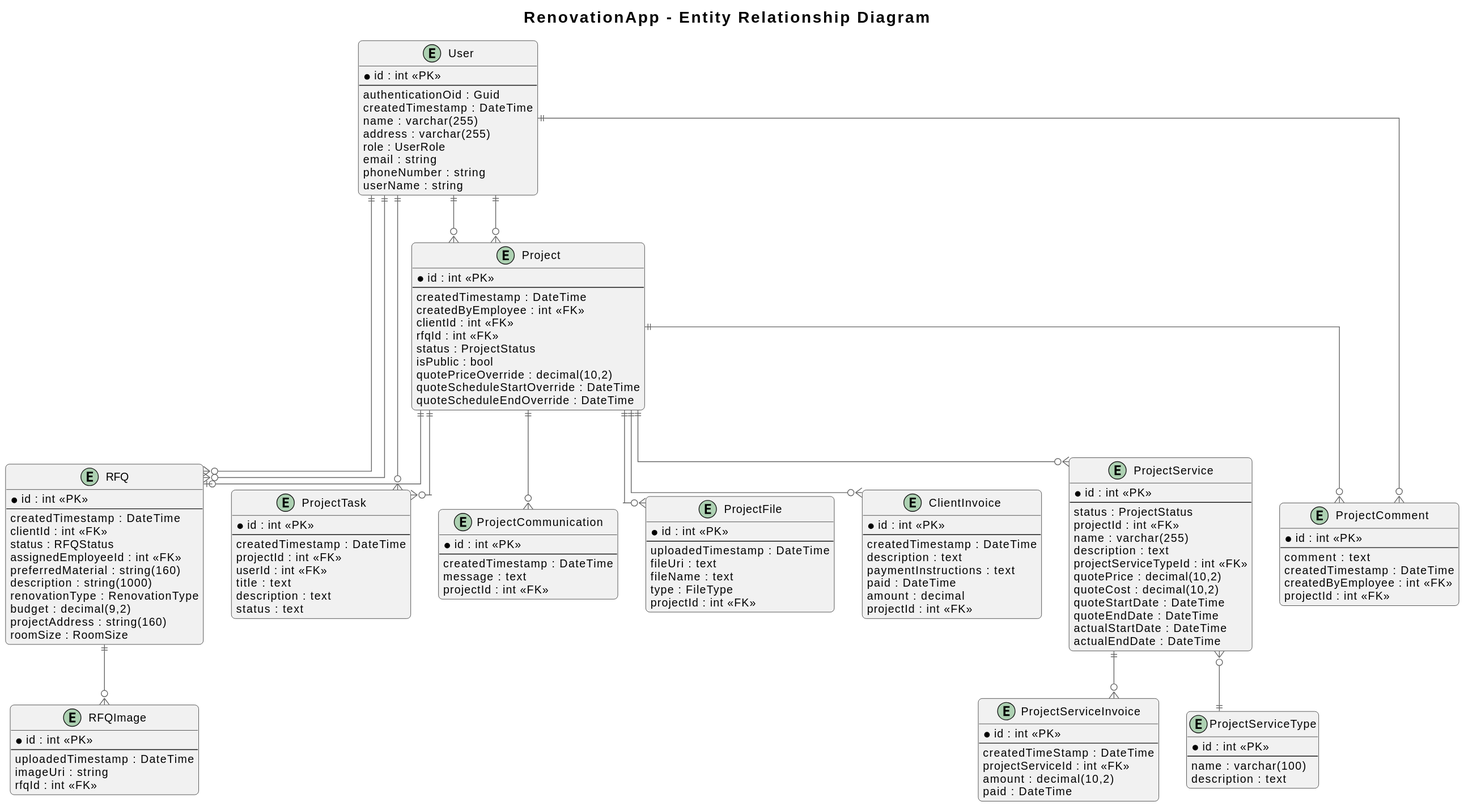
This is docs/ERD/ERD.svg from Web-Development-UAlberta/exsm-3951-exsm-3943-spring-2025-python-c-project-construction-project-team, a PlantUML export, as it was before one commit.
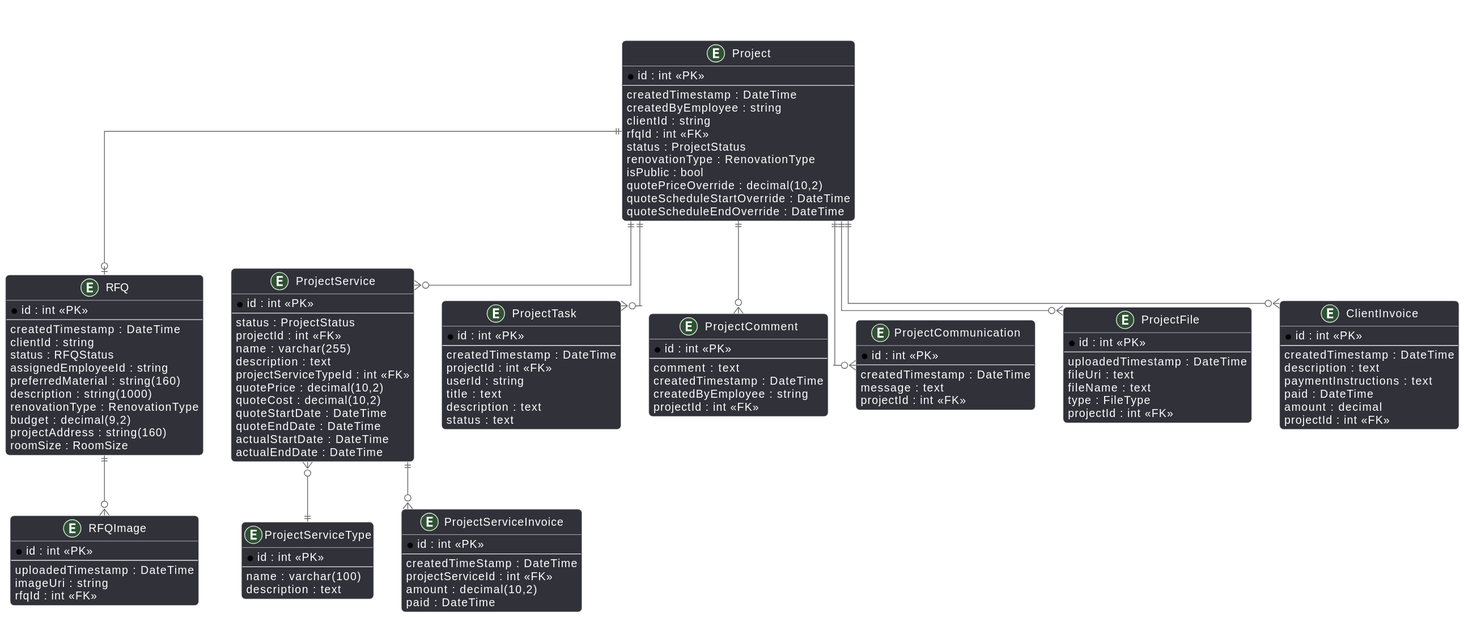
After the commit.

Commit message:
Update ERD with Reno type;

What changed in the source:
```diff
@@ -11,27 +11,15 @@
 title RenovationApp - Entity Relationship Diagram
 
 
-entity "User" as User {
-  * id : int <<PK>>
-  --
-  authenticationOid : Guid
-  createdTimestamp : DateTime
-  name : varchar(255)
-  address : varchar(255)
-  role : UserRole
-  email : string
-  phoneNumber : string
-  userName : string
-}
-
 entity "Project" as Project {
   * id : int <<PK>>
   --
   createdTimestamp : DateTime
-  createdByEmployee : int <<FK>>
-  clientId : int <<FK>>
+  createdByEmployee : string
+  clientId : string
   rfqId : int <<FK>>
   status : ProjectStatus
+  renovationType : RenovationType
   isPublic : bool
   quotePriceOverride : decimal(10,2)
   quoteScheduleStartOverride : DateTime
@@ -42,9 +30,9 @@
   * id : int <<PK>>
   --
   createdTimestamp : DateTime
-  clientId : int <<FK>>
+  clientId : string
   status : RFQStatus
-  assignedEmployeeId : int <<FK>>
+  assignedEmployeeId : string
   preferredMaterial : string(160)
   description : string(1000)
   renovationType : RenovationType
@@ -98,7 +86,7 @@
   --
   createdTimestamp : DateTime
   projectId : int <<FK>>
-  userId : int <<FK>>
+  userId : string
   title : text
   description : text
   status : text
@@ -109,7 +97,7 @@
   --
   comment : text
   createdTimestamp : DateTime
-  createdByEmployee : int <<FK>>
+  createdByEmployee : string
   projectId : int <<FK>>
 }
 
@@ -143,13 +131,6 @@
 }
 
 
-User ||--o{ Project
-User ||--o{ ProjectComment
-User ||--o{ ProjectTask
-User ||--o{ RFQ
-
-User ||--o{ Project
-User ||--o{ RFQ
 
 Project ||--o{ ProjectComment
 Project ||--o{ ProjectFile
```
